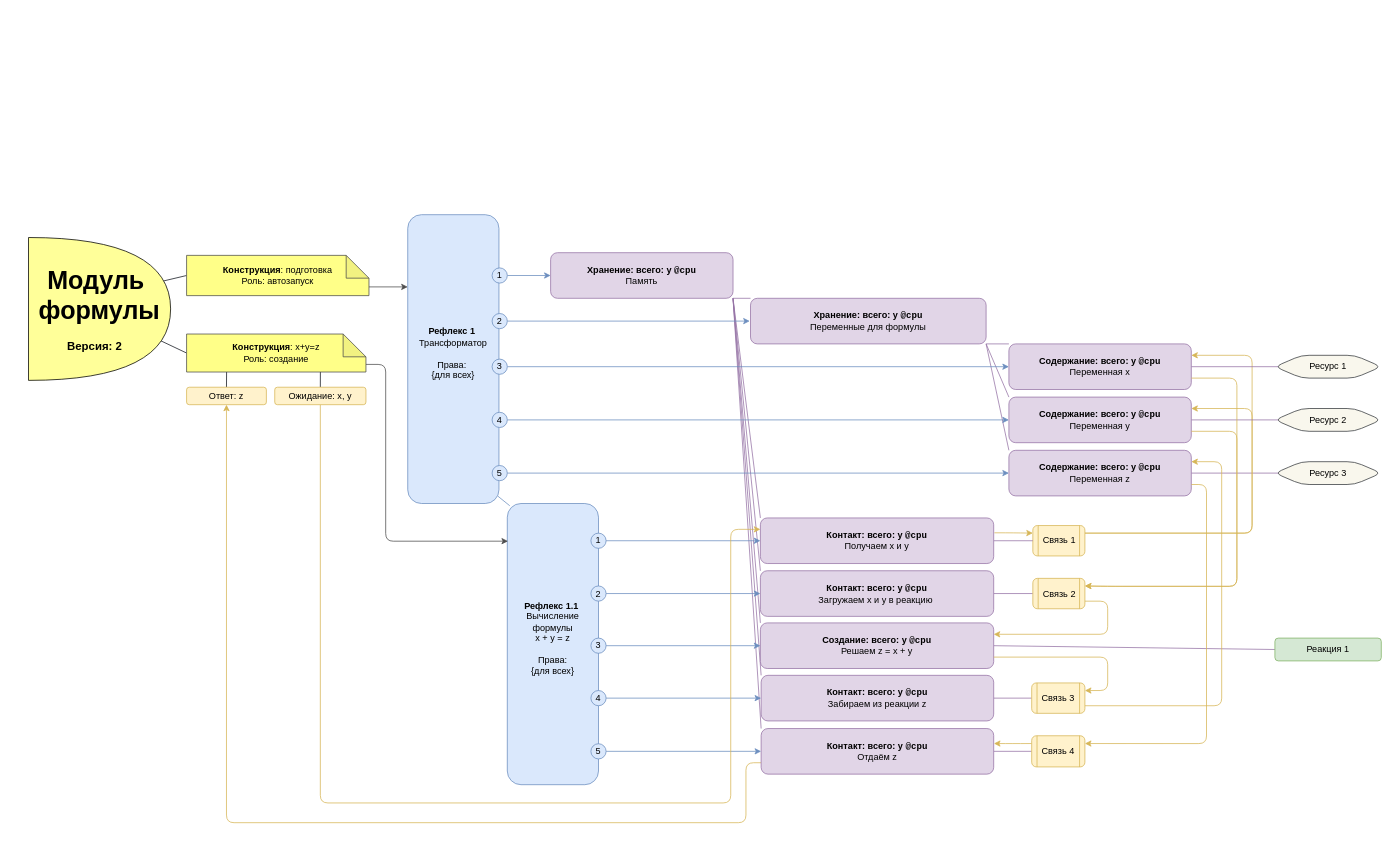
Before: Картинки/Module.drawio in it-architector/invention.csdr, a draw.io diagram. Source tidied: cells renumbered, new cells numbered last; positions are measured from the earlier drawing's top-left corner, leaving out a move shared by most shapes. Both pictures are drawn from the tidied source at 76%, with x=0, y=0 at pixel (28, 214).
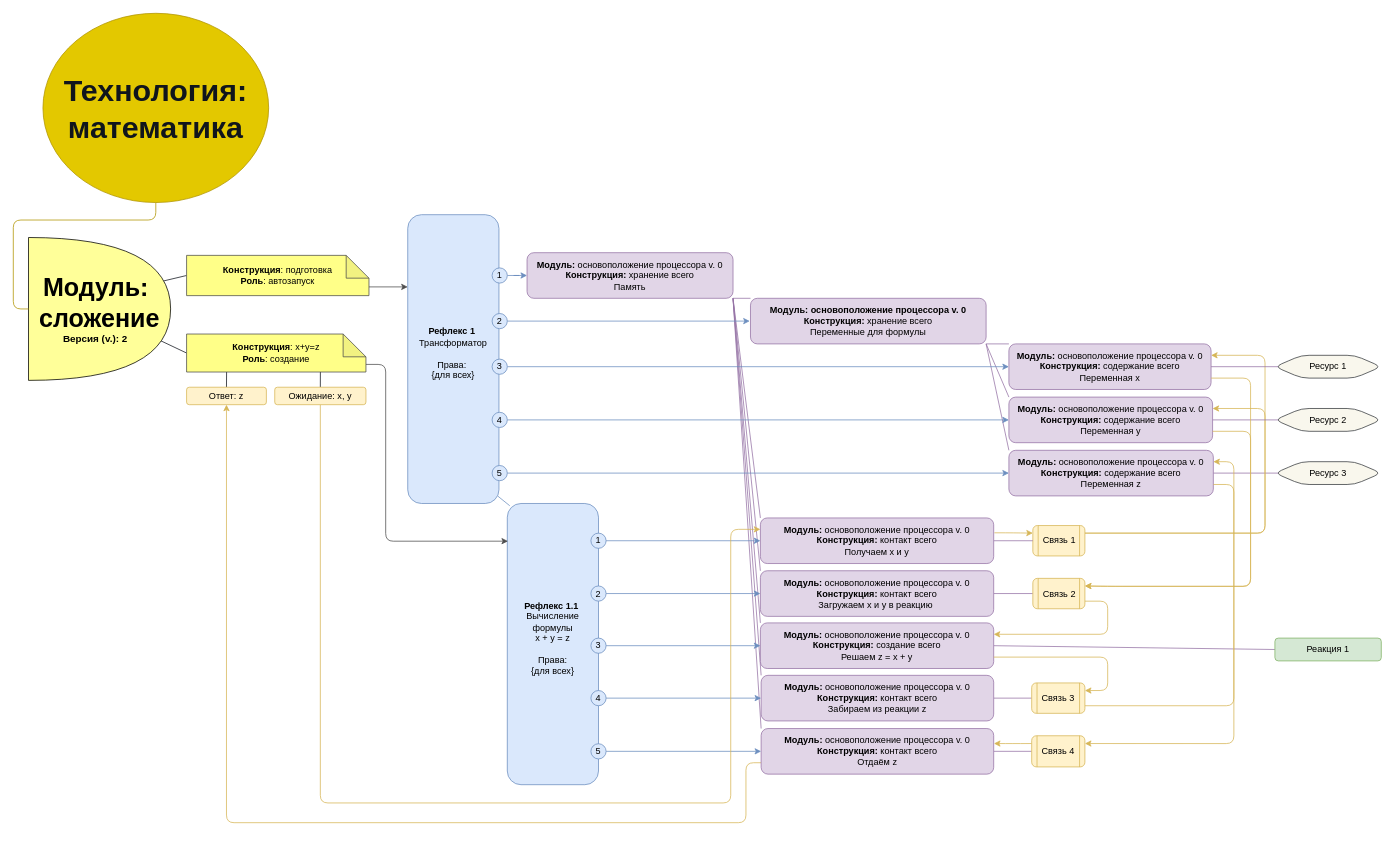
The same diagram, later.

The change refers to these unchanged cells:
```xml
<mxCell id="13" value="Связь 1" style="shape=process;whiteSpace=wrap;html=1;backgroundOutline=1;fillColor=#fff2cc;strokeColor=#D6B656;rotation=0;glass=0;rounded=1;comic=0;" parent="1" vertex="1">
  <mxGeometry x="1321.5" y="409" width="68.5" height="40" as="geometry" />
</mxCell>
<mxCell id="40" value="Связь 2" style="shape=process;whiteSpace=wrap;html=1;backgroundOutline=1;fillColor=#fff2cc;strokeColor=#D6B656;rotation=0;rounded=1;" parent="1" vertex="1">
  <mxGeometry x="1321.5" y="478.5" width="68.5" height="40" as="geometry" />
</mxCell>
<mxCell id="42" value="Связь 3" style="shape=process;whiteSpace=wrap;html=1;backgroundOutline=1;fillColor=#fff2cc;strokeColor=#D6B656;rotation=0;rounded=1;" parent="1" vertex="1">
  <mxGeometry x="1320" y="616.1" width="70" height="40" as="geometry" />
</mxCell>
<mxCell id="44" value="Связь 4" style="shape=process;whiteSpace=wrap;html=1;backgroundOutline=1;fillColor=#fff2cc;strokeColor=#D6B656;rotation=0;rounded=1;" parent="1" vertex="1">
  <mxGeometry x="1320" y="685.6" width="70" height="41" as="geometry" />
</mxCell>
```

What changed in the source:
```diff
@@
-    <mxCell id="8" value="&lt;b&gt;Хранение: всего: у&amp;nbsp;&lt;/b&gt;&lt;span style=&quot;font-weight: bold ; font-family: &amp;#34;consolas&amp;#34;&quot;&gt;@cpu&lt;/span&gt;&lt;b&gt;&lt;br&gt;&lt;/b&gt;Память" style="rounded=1;whiteSpace=wrap;html=1;fillColor=#E1D5E7;strokeColor=#9673A6;gradientColor=none;" parent="1" vertex="1">
-      <mxGeometry x="687" y="50" width="240" height="60" as="geometry" />
+    <mxCell id="8" value="&lt;b&gt;Модуль: &lt;/b&gt;основоположение процессора v. 0&lt;br&gt;&lt;b&gt;Конструкция: &lt;/b&gt;хранение всего&lt;br&gt;Память" style="rounded=1;whiteSpace=wrap;html=1;fillColor=#E1D5E7;strokeColor=#9673A6;gradientColor=none;" parent="1" vertex="1">
+      <mxGeometry x="656" y="50" width="271" height="60" as="geometry" />
     </mxCell>
@@
-    <mxCell id="10" value="&lt;b&gt;Содержание: всего: у&amp;nbsp;&lt;/b&gt;&lt;span style=&quot;font-weight: bold ; font-family: &amp;#34;consolas&amp;#34;&quot;&gt;@cpu&lt;/span&gt;&lt;b&gt;&lt;br&gt;&lt;/b&gt;Переменная z" style="rounded=1;whiteSpace=wrap;html=1;fillColor=#e1d5e7;strokeColor=#9673a6;" parent="1" vertex="1">
-      <mxGeometry x="1290" y="310" width="240" height="60" as="geometry" />
+    <mxCell id="10" value="&lt;b&gt;Модуль: &lt;/b&gt;основоположение процессора v. 0&lt;br&gt;&lt;b&gt;Конструкция:&amp;nbsp;&lt;/b&gt;содержание всего&lt;br&gt;Переменная z" style="rounded=1;whiteSpace=wrap;html=1;fillColor=#e1d5e7;strokeColor=#9673a6;" parent="1" vertex="1">
+      <mxGeometry x="1290" y="310" width="269" height="60" as="geometry" />
     </mxCell>
     <mxCell id="11" style="edgeStyle=orthogonalEdgeStyle;rounded=1;jettySize=auto;html=1;exitX=1;exitY=0.25;exitDx=0;exitDy=0;entryX=1;entryY=0.25;entryDx=0;entryDy=0;strokeColor=#D6B656;" parent="1" edge="1" source="13" target="19">
       <mxGeometry relative="1" as="geometry">
         <Array as="points">
-          <mxPoint x="1610" y="419" />
-          <mxPoint x="1610" y="185" />
+          <mxPoint x="1627" y="419" />
+          <mxPoint x="1627" y="185" />
         </Array>
       </mxGeometry>
     </mxCell>
     <mxCell id="12" style="edgeStyle=orthogonalEdgeStyle;rounded=1;jettySize=auto;html=1;exitX=1;exitY=0.25;exitDx=0;exitDy=0;entryX=1;entryY=0.25;entryDx=0;entryDy=0;strokeColor=#D6B656;" parent="1" edge="1" source="13" target="21">
       <mxGeometry relative="1" as="geometry">
         <Array as="points">
-          <mxPoint x="1610" y="419" />
-          <mxPoint x="1610" y="255" />
+          <mxPoint x="1627" y="419" />
+          <mxPoint x="1627" y="255" />
         </Array>
       </mxGeometry>
     </mxCell>
@@
-    <mxCell id="17" value="&lt;b&gt;Хранение: всего: у&amp;nbsp;&lt;/b&gt;&lt;span style=&quot;font-weight: bold ; font-family: &amp;#34;consolas&amp;#34;&quot;&gt;@cpu&lt;/span&gt;&lt;br&gt;Переменные для формулы" style="rounded=1;whiteSpace=wrap;html=1;fillColor=#e1d5e7;strokeColor=#9673a6;gradientColor=none;" parent="1" vertex="1">
+    <mxCell id="17" value="&lt;b&gt;Модуль: основоположение процессора v. 0&lt;br&gt;Конструкция:&amp;nbsp;&lt;/b&gt;хранение всего&lt;br&gt;Переменные для формулы" style="rounded=1;whiteSpace=wrap;html=1;fillColor=#e1d5e7;strokeColor=#9673a6;gradientColor=none;" parent="1" vertex="1">
       <mxGeometry x="950" y="110" width="310" height="60" as="geometry" />
     </mxCell>
@@
-    <mxCell id="19" value="&lt;b&gt;Содержание: всего: у&amp;nbsp;&lt;/b&gt;&lt;span style=&quot;font-weight: bold ; font-family: &amp;#34;consolas&amp;#34;&quot;&gt;@cpu&lt;/span&gt;&lt;br&gt;Переменная x" style="rounded=1;whiteSpace=wrap;html=1;fillColor=#e1d5e7;strokeColor=#9673A6;" parent="1" vertex="1">
-      <mxGeometry x="1290" y="170" width="240" height="60" as="geometry" />
+    <mxCell id="19" value="&lt;b&gt;Модуль: &lt;/b&gt;основоположение процессора v. 0&lt;br&gt;&lt;b&gt;Конструкция:&amp;nbsp;&lt;/b&gt;содержание всего&lt;br&gt;Переменная x" style="rounded=1;whiteSpace=wrap;html=1;fillColor=#e1d5e7;strokeColor=#9673A6;" parent="1" vertex="1">
+      <mxGeometry x="1290" y="170" width="266" height="60" as="geometry" />
     </mxCell>
@@
-    <mxCell id="21" value="&lt;b&gt;Содержание: всего: у&amp;nbsp;&lt;/b&gt;&lt;span style=&quot;font-weight: bold ; font-family: &amp;#34;consolas&amp;#34;&quot;&gt;@cpu&lt;/span&gt;&lt;br&gt;Переменная y" style="rounded=1;whiteSpace=wrap;html=1;fillColor=#e1d5e7;strokeColor=#9673a6;" parent="1" vertex="1">
-      <mxGeometry x="1290" y="240" width="240" height="60" as="geometry" />
+    <mxCell id="21" value="&lt;b&gt;Модуль: &lt;/b&gt;основоположение процессора v. 0&lt;br&gt;&lt;b&gt;Конструкция:&amp;nbsp;&lt;/b&gt;содержание всего&lt;br&gt;Переменная y" style="rounded=1;whiteSpace=wrap;html=1;fillColor=#e1d5e7;strokeColor=#9673a6;" parent="1" vertex="1">
+      <mxGeometry x="1290" y="240" width="268" height="60" as="geometry" />
     </mxCell>
@@
-    <mxCell id="24" value="&lt;b&gt;Контакт&lt;/b&gt;&lt;b&gt;: всего&lt;/b&gt;&lt;b&gt;: у&amp;nbsp;&lt;/b&gt;&lt;span style=&quot;font-weight: bold ; font-family: &amp;#34;consolas&amp;#34;&quot;&gt;@cpu&lt;/span&gt;&lt;b&gt;&lt;br&gt;&lt;/b&gt;Получаем x и y" style="rounded=1;whiteSpace=wrap;html=1;fillColor=#e1d5e7;strokeColor=#9673A6;gradientColor=none;" parent="1" vertex="1">
+    <mxCell id="24" value="&lt;b&gt;Модуль: &lt;/b&gt;основоположение процессора v. 0&lt;br&gt;&lt;b&gt;Конструкция: &lt;/b&gt;контакт&amp;nbsp;всего&lt;br&gt;Получаем x и y" style="rounded=1;whiteSpace=wrap;html=1;fillColor=#e1d5e7;strokeColor=#9673A6;gradientColor=none;" parent="1" vertex="1">
       <mxGeometry x="963" y="399" width="307" height="60" as="geometry" />
     </mxCell>
@@
-    <mxCell id="26" value="&lt;b&gt;Контакт:&amp;nbsp;&lt;/b&gt;&lt;b&gt;всего&lt;/b&gt;&lt;b&gt;: у&amp;nbsp;&lt;/b&gt;&lt;span style=&quot;font-weight: bold ; font-family: &amp;#34;consolas&amp;#34;&quot;&gt;@cpu&lt;/span&gt;&lt;b&gt;&lt;br&gt;&lt;/b&gt;Загружаем x и y в реакцию&amp;nbsp;" style="rounded=1;whiteSpace=wrap;html=1;fillColor=#e1d5e7;strokeColor=#9673a6;gradientColor=none;" parent="1" vertex="1">
+    <mxCell id="26" value="&lt;b&gt;Модуль: &lt;/b&gt;основоположение процессора v. 0&lt;br&gt;&lt;b&gt;Конструкция:&amp;nbsp;&lt;/b&gt;контакт&amp;nbsp;всего&lt;b&gt;&lt;br&gt;&lt;/b&gt;Загружаем x и y в реакцию&amp;nbsp;" style="rounded=1;whiteSpace=wrap;html=1;fillColor=#e1d5e7;strokeColor=#9673a6;gradientColor=none;" parent="1" vertex="1">
       <mxGeometry x="963" y="468.5" width="307" height="60" as="geometry" />
     </mxCell>
@@
-    <mxCell id="28" value="&lt;b&gt;Контакт&lt;/b&gt;&lt;b&gt;:&amp;nbsp;&lt;/b&gt;&lt;b&gt;всего&lt;/b&gt;&lt;b&gt;: у&amp;nbsp;&lt;/b&gt;&lt;span style=&quot;font-weight: bold ; font-family: &amp;#34;consolas&amp;#34;&quot;&gt;@cpu&lt;/span&gt;&lt;b&gt;&lt;br&gt;&lt;/b&gt;Забираем из реакции z" style="rounded=1;whiteSpace=wrap;html=1;fillColor=#e1d5e7;strokeColor=#9673a6;gradientColor=none;" parent="1" vertex="1">
+    <mxCell id="28" value="&lt;b&gt;Модуль: &lt;/b&gt;основоположение процессора v. 0&lt;br&gt;&lt;b&gt;Конструкция:&amp;nbsp;&lt;/b&gt;контакт&amp;nbsp;всего&lt;br&gt;Забираем из реакции z" style="rounded=1;whiteSpace=wrap;html=1;fillColor=#e1d5e7;strokeColor=#9673a6;gradientColor=none;" parent="1" vertex="1">
       <mxGeometry x="964" y="606.1" width="306" height="60" as="geometry" />
     </mxCell>
@@
-    <mxCell id="31" value="&lt;b&gt;Контакт&lt;/b&gt;&lt;b&gt;:&amp;nbsp;&lt;/b&gt;&lt;b&gt;всего&lt;/b&gt;&lt;b&gt;: у&amp;nbsp;&lt;/b&gt;&lt;span style=&quot;font-weight: bold ; font-family: &amp;#34;consolas&amp;#34;&quot;&gt;@cpu&lt;/span&gt;&lt;b&gt;&lt;br&gt;&lt;/b&gt;Отдаём z" style="rounded=1;whiteSpace=wrap;html=1;fillColor=#e1d5e7;strokeColor=#9673a6;gradientColor=none;" parent="1" vertex="1">
+    <mxCell id="31" value="&lt;b&gt;Модуль: &lt;/b&gt;основоположение процессора v. 0&lt;br&gt;&lt;b&gt;Конструкция:&amp;nbsp;&lt;/b&gt;контакт всего&lt;br&gt;Отдаём z" style="rounded=1;whiteSpace=wrap;html=1;fillColor=#e1d5e7;strokeColor=#9673a6;gradientColor=none;" parent="1" vertex="1">
       <mxGeometry x="964" y="676.1" width="306" height="60" as="geometry" />
     </mxCell>
@@
-    <mxCell id="33" value="&lt;b&gt;Создание: всего: у&amp;nbsp;&lt;/b&gt;&lt;span style=&quot;font-weight: bold ; font-family: &amp;#34;consolas&amp;#34;&quot;&gt;@cpu&lt;/span&gt;&lt;b&gt;&lt;br&gt;&lt;/b&gt;Решаем z = x + y" style="rounded=1;whiteSpace=wrap;html=1;fillColor=#e1d5e7;strokeColor=#9673a6;" parent="1" vertex="1">
+    <mxCell id="33" value="&lt;b&gt;Модуль: &lt;/b&gt;основоположение процессора v. 0&lt;br&gt;&lt;b&gt;Конструкция:&amp;nbsp;&lt;/b&gt;создание всего&lt;b&gt;&lt;br&gt;&lt;/b&gt;Решаем z = x + y" style="rounded=1;whiteSpace=wrap;html=1;fillColor=#e1d5e7;strokeColor=#9673a6;" parent="1" vertex="1">
       <mxGeometry x="963" y="537.1" width="307" height="60" as="geometry" />
     </mxCell>
@@
     <mxCell id="41" style="rounded=1;jettySize=auto;html=1;exitX=1;exitY=0.75;exitDx=0;exitDy=0;entryX=1;entryY=0.25;entryDx=0;entryDy=0;strokeColor=#D6B656;edgeStyle=orthogonalEdgeStyle;" parent="1" edge="1" source="42" target="10">
       <mxGeometry relative="1" as="geometry">
         <Array as="points">
-          <mxPoint x="1570" y="646" />
-          <mxPoint x="1570" y="325" />
+          <mxPoint x="1586" y="646" />
+          <mxPoint x="1586" y="325" />
         </Array>
       </mxGeometry>
     </mxCell>
@@
-    <mxCell id="58" value="&lt;b&gt;Конструкция&lt;/b&gt;:&amp;nbsp;x+y=z&lt;br&gt;Роль: создание&lt;br&gt;" style="shape=note;whiteSpace=wrap;html=1;backgroundOutline=1;darkOpacity=0.05;fillColor=#FFFF88;strokeColor=#4D4D4D;" parent="1" vertex="1">
+    <mxCell id="58" value="&lt;b&gt;Конструкция&lt;/b&gt;:&amp;nbsp;x+y=z&lt;br&gt;&lt;b&gt;Роль&lt;/b&gt;: создание" style="shape=note;whiteSpace=wrap;html=1;backgroundOutline=1;darkOpacity=0.05;fillColor=#FFFF88;strokeColor=#4D4D4D;" parent="1" vertex="1">
       <mxGeometry x="208" y="157" width="236" height="50" as="geometry" />
     </mxCell>
     <mxCell id="59" style="rounded=1;jettySize=auto;html=1;exitX=1;exitY=0.75;exitDx=0;exitDy=0;strokeColor=#D6B656;edgeStyle=orthogonalEdgeStyle;entryX=1;entryY=0.25;entryDx=0;entryDy=0;" parent="1" edge="1" source="19" target="40">
       <mxGeometry relative="1" as="geometry">
         <Array as="points">
-          <mxPoint x="1590" y="215" />
-          <mxPoint x="1590" y="489" />
+          <mxPoint x="1608" y="215" />
+          <mxPoint x="1608" y="489" />
           <mxPoint x="1430" y="489" />
         </Array>
       </mxGeometry>
     </mxCell>
@@
     <mxCell id="61" style="edgeStyle=orthogonalEdgeStyle;rounded=1;jettySize=auto;html=1;exitX=1;exitY=0.75;exitDx=0;exitDy=0;entryX=1;entryY=0.25;entryDx=0;entryDy=0;strokeColor=#D6B656;" parent="1" edge="1" source="21" target="40">
       <mxGeometry relative="1" as="geometry">
         <Array as="points">
-          <mxPoint x="1590" y="285" />
-          <mxPoint x="1590" y="489" />
+          <mxPoint x="1608" y="285" />
+          <mxPoint x="1608" y="489" />
           <mxPoint x="1410" y="489" />
         </Array>
       </mxGeometry>
     </mxCell>
@@
     <mxCell id="63" style="edgeStyle=orthogonalEdgeStyle;rounded=1;jettySize=auto;html=1;exitX=1;exitY=0.75;exitDx=0;exitDy=0;strokeColor=#D6B656;entryX=1;entryY=0.25;entryDx=0;entryDy=0;" parent="1" edge="1" source="10" target="44">
       <mxGeometry relative="1" as="geometry">
         <Array as="points">
-          <mxPoint x="1550" y="355" />
-          <mxPoint x="1550" y="696" />
+          <mxPoint x="1586" y="355" />
+          <mxPoint x="1586" y="696" />
         </Array>
       </mxGeometry>
     </mxCell>
@@
-    <mxCell id="68" value="&lt;b&gt;Конструкция&lt;/b&gt;:&amp;nbsp;подготовка&lt;br&gt;Роль: автозапуск" style="shape=note;whiteSpace=wrap;html=1;backgroundOutline=1;darkOpacity=0.05;fillColor=#FFFF88;strokeColor=#4D4D4D;" parent="1" vertex="1">
+    <mxCell id="68" value="&lt;b&gt;Конструкция&lt;/b&gt;:&amp;nbsp;подготовка&lt;br&gt;&lt;b&gt;Роль&lt;/b&gt;: автозапуск" style="shape=note;whiteSpace=wrap;html=1;backgroundOutline=1;darkOpacity=0.05;fillColor=#FFFF88;strokeColor=#4D4D4D;" parent="1" vertex="1">
       <mxGeometry x="208" y="53.5" width="240" height="53" as="geometry" />
     </mxCell>
@@
-    <mxCell id="71" value="&lt;b&gt;&lt;span style=&quot;font-size: 33px&quot;&gt;Модуль&amp;nbsp;&lt;/span&gt;&lt;br&gt;&lt;span style=&quot;font-size: 33px&quot;&gt;формулы&lt;/span&gt;&lt;br&gt;&lt;font style=&quot;font-size: 15px&quot;&gt;&lt;br&gt;Версия: 2&amp;nbsp; &amp;nbsp;&lt;/font&gt;&lt;br&gt;&lt;/b&gt;" style="shape=or;whiteSpace=wrap;html=1;fillColor=#FFFF99;" parent="1" vertex="1">
+    <mxCell id="71" value="&lt;b style=&quot;font-size: 13px&quot;&gt;&lt;span style=&quot;font-size: 33px&quot;&gt;Модуль:&amp;nbsp;&lt;/span&gt;&lt;br&gt;&lt;span style=&quot;font-size: 33px&quot;&gt;сложение&lt;/span&gt;&lt;font style=&quot;font-size: 13px&quot;&gt;&lt;br&gt;Версия (v.): 2&amp;nbsp; &amp;nbsp;&lt;/font&gt;&lt;br&gt;&lt;/b&gt;" style="shape=or;whiteSpace=wrap;html=1;fillColor=#FFFF99;" parent="1" vertex="1">
       <mxGeometry y="30" width="187" height="188" as="geometry" />
     </mxCell>
@@
+    <mxCell id="83" style="edgeStyle=orthogonalEdgeStyle;rounded=1;jettySize=auto;html=1;exitX=0.5;exitY=1;exitDx=0;exitDy=0;entryX=0;entryY=0.5;entryDx=0;entryDy=0;entryPerimeter=0;fillColor=#e3c800;strokeColor=#B09500;endArrow=none;endFill=0;" parent="1" edge="1" source="84" target="71">
+      <mxGeometry relative="1" as="geometry" />
+    </mxCell>
+    <mxCell id="84" value="&lt;b style=&quot;font-size: 40px&quot;&gt;&lt;font style=&quot;font-size: 40px&quot; color=&quot;#10151c&quot;&gt;Технология: &lt;br&gt;математика&lt;/font&gt;&lt;/b&gt;" style="ellipse;whiteSpace=wrap;html=1;fillColor=#e3c800;strokeColor=#B09500;fontColor=#ffffff;" parent="1" vertex="1">
+      <mxGeometry x="19" y="-265" width="297" height="249" as="geometry" />
+    </mxCell>
```
